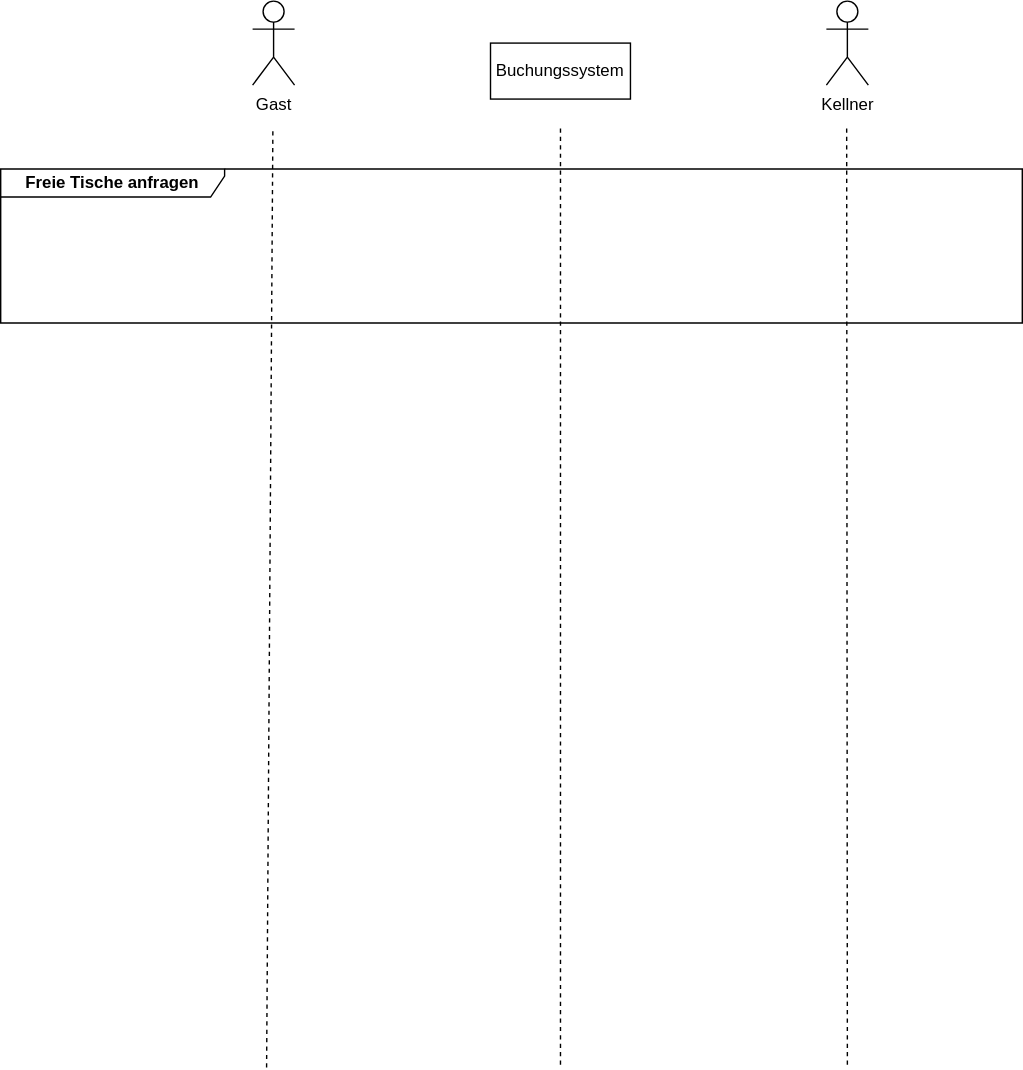
This is diagramme/UML-Sequence.drawio.svg from FIA-GSO/tischreservierung-grassler_benyedder, a draw.io export, as it was before one commit. Source tidied: cells renumbered, new cells last; positions are measured from the earlier drawing's top-left corner, leaving out a move shared by most shapes.
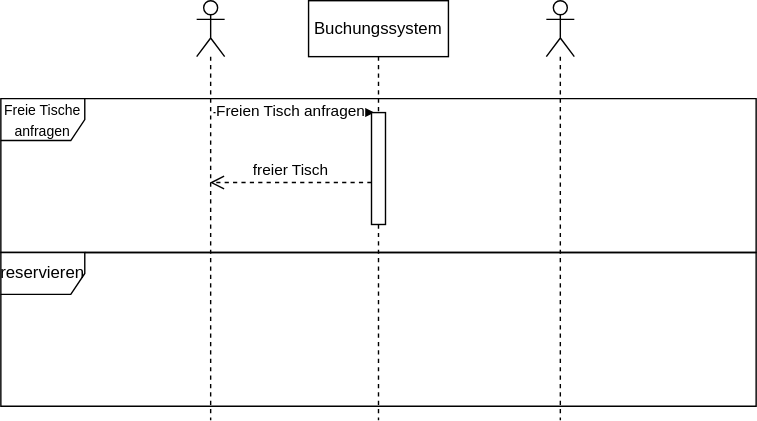
The same file after the commit.

Commit message:
Einarbeitung in Sequenzdiagramm

Change to the diagram source:
```diff
@@ -2,47 +2,43 @@
   <root>
     <mxCell id="0" />
     <mxCell id="1" parent="0" />
-    <mxCell id="2" style="group;" parent="1" vertex="1">
-      <mxGeometry x="590" width="30" height="550" as="geometry" />
-    </mxCell>
-    <mxCell id="3" value="Kellner" style="shape=umlActor;verticalLabelPosition=bottom;verticalAlign=top;html=1;" parent="2" vertex="1">
-      <mxGeometry width="30" height="60" as="geometry" />
-    </mxCell>
-    <mxCell id="4" style="endArrow=none;dashed=1;html=1;rounded=0;" parent="2" edge="1">
-      <mxGeometry relative="1" as="geometry">
-        <mxPoint x="15" y="760" as="sourcePoint" />
-        <mxPoint x="14.5" y="90" as="targetPoint" />
-      </mxGeometry>
-    </mxCell>
-    <mxCell id="5" style="group;" parent="1" vertex="1">
-      <mxGeometry x="180" width="30" height="762" as="geometry" />
-    </mxCell>
-    <mxCell id="6" style="group;" parent="5" vertex="1">
-      <mxGeometry width="30" height="550" as="geometry" />
-    </mxCell>
-    <mxCell id="7" value="Gast" style="shape=umlActor;verticalLabelPosition=bottom;verticalAlign=top;html=1;" parent="6" vertex="1">
-      <mxGeometry width="30" height="60" as="geometry" />
-    </mxCell>
-    <mxCell id="8" style="endArrow=none;dashed=1;html=1;rounded=0;startArrow=none;" parent="5" edge="1">
-      <mxGeometry relative="1" as="geometry">
-        <mxPoint x="10" y="762" as="sourcePoint" />
-        <mxPoint x="14.5" y="90" as="targetPoint" />
-      </mxGeometry>
-    </mxCell>
-    <mxCell id="9" style="group;" parent="1" vertex="1">
-      <mxGeometry x="350" y="30" width="100" height="730" as="geometry" />
-    </mxCell>
-    <mxCell id="10" value="Buchungssystem" style="rounded=0;whiteSpace=wrap;html=1;" parent="9" vertex="1">
-      <mxGeometry width="100" height="40" as="geometry" />
+    <mxCell id="10" value="&lt;div&gt;Buchungssystem&lt;/div&gt;" style="shape=umlLifeline;perimeter=lifelinePerimeter;whiteSpace=wrap;html=1;outlineConnect=0;portConstraint=eastwest;newEdgeStyle={&quot;edgeStyle&quot;:&quot;elbowEdgeStyle&quot;,&quot;elbow&quot;:&quot;vertical&quot;,&quot;curved&quot;:0,&quot;rounded&quot;:0};" parent="1" vertex="1">
+      <mxGeometry x="220" y="50" width="100" height="300" as="geometry" />
     </mxCell>
-    <mxCell id="11" style="endArrow=none;dashed=1;html=1;rounded=0;startArrow=none;" parent="9" edge="1">
-      <mxGeometry relative="1" as="geometry">
-        <mxPoint x="50" y="730" as="sourcePoint" />
-        <mxPoint x="50" y="60" as="targetPoint" />
-      </mxGeometry>
-    </mxCell>
+    <mxCell id="13" style="shape=umlLifeline;perimeter=lifelinePerimeter;whiteSpace=wrap;html=1;outlineConnect=0;portConstraint=eastwest;newEdgeStyle={&quot;edgeStyle&quot;:&quot;elbowEdgeStyle&quot;,&quot;elbow&quot;:&quot;vertical&quot;,&quot;curved&quot;:0,&quot;rounded&quot;:0};participant=umlActor;" parent="1" vertex="1">
+      <mxGeometry x="140" y="50" width="20" height="300" as="geometry" />
+    </mxCell>
+    <mxCell id="14" style="shape=umlLifeline;perimeter=lifelinePerimeter;whiteSpace=wrap;html=1;newEdgeStyle={&quot;edgeStyle&quot;:&quot;elbowEdgeStyle&quot;,&quot;elbow&quot;:&quot;vertical&quot;,&quot;curved&quot;:0,&quot;rounded&quot;:0};participant=umlActor;" parent="1" vertex="1">
+      <mxGeometry x="390" y="50" width="20" height="300" as="geometry" />
+    </mxCell>
+    <mxCell id="15" style="html=1;verticalAlign=bottom;endArrow=block;edgeStyle=elbowEdgeStyle;elbow=vertical;curved=0;rounded=0;" parent="1" edge="1" source="18" target="10">
+      <mxGeometry relative="1" as="geometry" />
+    </mxCell>
+    <mxCell id="16" style="html=1;verticalAlign=bottom;endArrow=block;edgeStyle=elbowEdgeStyle;elbow=horizontal;curved=0;rounded=0;" parent="1" edge="1">
+      <mxGeometry relative="1" as="geometry">
+        <mxPoint x="152" y="130" as="sourcePoint" />
+        <mxPoint x="267" y="130" as="targetPoint" />
+        <Array as="points">
+          <mxPoint x="222" y="130" />
+        </Array>
+      </mxGeometry>
+    </mxCell>
+    <mxCell id="17" value="Freien Tisch anfragen" style="edgeLabel;html=1;align=center;verticalAlign=middle;" parent="16" vertex="1">
+      <mxGeometry x="-0.06" y="2" relative="1" as="geometry" />
+    </mxCell>
+    <mxCell id="18" style="html=1;points=[];perimeter=orthogonalPerimeter;outlineConnect=0;targetShapes=umlLifeline;portConstraint=eastwest;newEdgeStyle={&quot;edgeStyle&quot;:&quot;elbowEdgeStyle&quot;,&quot;elbow&quot;:&quot;vertical&quot;,&quot;curved&quot;:0,&quot;rounded&quot;:0};" parent="1" vertex="1">
+      <mxGeometry x="265" y="130" width="10" height="80" as="geometry" />
+    </mxCell>
-    <mxCell id="12" value="&lt;b&gt;Freie Tische anfragen&lt;/b&gt;" style="shape=umlFrame;whiteSpace=wrap;html=1;width=160;height=20;" parent="1" vertex="1">
-      <mxGeometry y="120" width="730" height="110" as="geometry" />
+    <mxCell id="12" value="&lt;font style=&quot;font-size: 10px;&quot;&gt;Freie Tische anfragen&lt;/font&gt;" style="shape=umlFrame;whiteSpace=wrap;html=1;" parent="1" vertex="1">
+      <mxGeometry y="120" width="540" height="110" as="geometry" />
     </mxCell>
+    <mxCell id="19" value="freier Tisch" style="html=1;verticalAlign=bottom;endArrow=open;dashed=1;endSize=8;edgeStyle=elbowEdgeStyle;elbow=vertical;curved=0;rounded=0;" parent="1" edge="1" target="13">
+      <mxGeometry relative="1" as="geometry">
+        <mxPoint x="265" y="180" as="sourcePoint" />
+      </mxGeometry>
+    </mxCell>
+    <mxCell id="20" value="reservieren" style="shape=umlFrame;whiteSpace=wrap;html=1;" parent="1" vertex="1">
+      <mxGeometry y="230" width="540" height="110" as="geometry" />
+    </mxCell>
   </root>
 </mxGraphModel>
```
